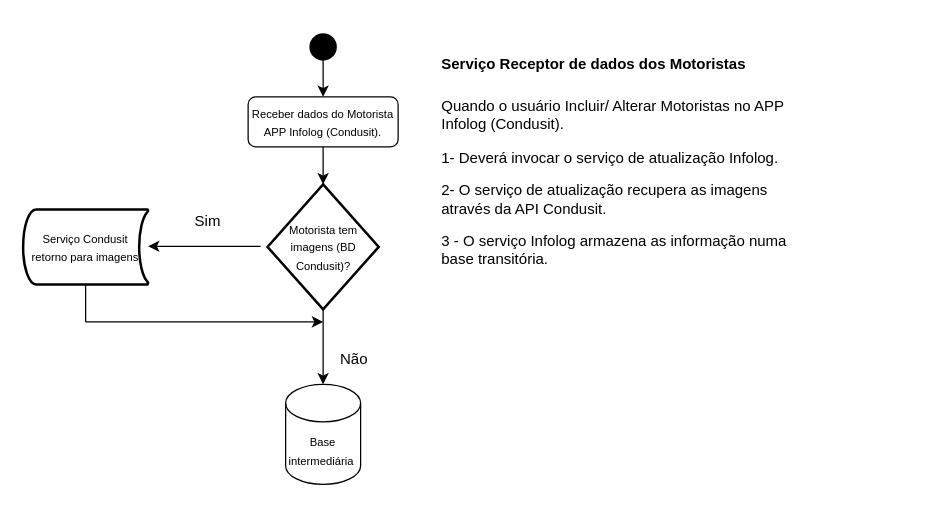
Above: Untitled Diagram.drawio in r25ta/monitor-telerisco (draw.io), before the change. Source tidied: cells renumbered, new cells numbered last; positions are measured from the earlier drawing's top-left corner, leaving out a move shared by most shapes. Both pictures are drawn from the tidied source at 125%, with x=0, y=0 at pixel (22, 34).
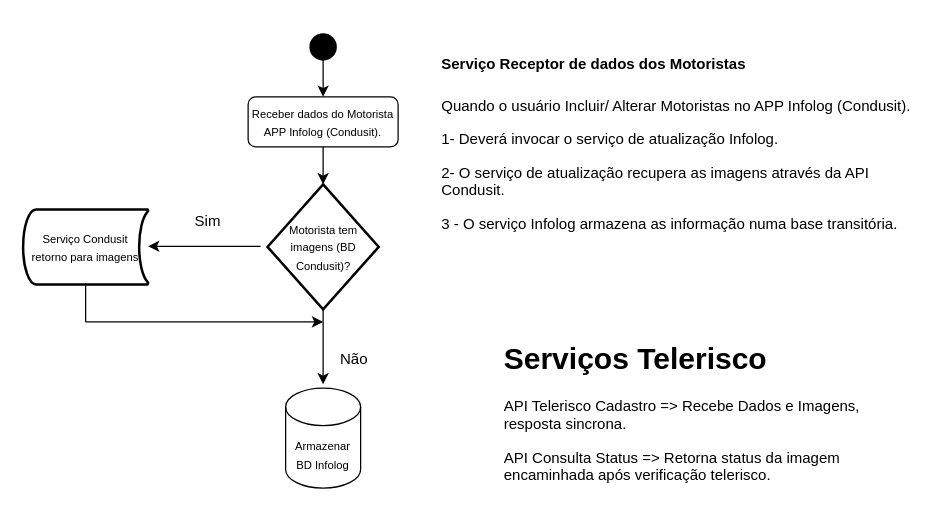
The same diagram, later.

Diff of the diagram source:
```diff
@@
-    <mxCell id="11" value="&lt;font style=&quot;font-size: 9px&quot;&gt;Base intermediária&amp;nbsp;&lt;/font&gt;" style="shape=cylinder3;whiteSpace=wrap;html=1;boundedLbl=1;backgroundOutline=1;size=15;shadow=0;sketch=0;strokeColor=#000000;fillColor=#FFFFFF;gradientColor=none;" parent="1" vertex="1">
-      <mxGeometry x="210" y="280" width="60" height="80" as="geometry" />
+    <mxCell id="11" value="&lt;font style=&quot;font-size: 9px&quot;&gt;Armazenar BD Infolog&lt;/font&gt;" style="shape=cylinder3;whiteSpace=wrap;html=1;boundedLbl=1;backgroundOutline=1;size=15;shadow=0;sketch=0;strokeColor=#000000;fillColor=#FFFFFF;gradientColor=none;" parent="1" vertex="1">
+      <mxGeometry x="210" y="283" width="60" height="80" as="geometry" />
     </mxCell>
@@
     <mxCell id="15" value="&lt;h1&gt;&lt;font style=&quot;font-size: 12px&quot;&gt;Serviço Receptor de dados dos Motoristas&lt;/font&gt;&lt;/h1&gt;&lt;p&gt;Quando o usuário Incluir/ Alterar Motoristas no APP Infolog (Condusit).&lt;/p&gt;&lt;p&gt;1- Deverá invocar o serviço de atualização Infolog.&lt;/p&gt;&lt;p&gt;2- O serviço de atualização recupera as imagens através da API Condusit.&lt;/p&gt;&lt;p&gt;3 - O serviço Infolog armazena as informação numa base transitória.&lt;/p&gt;" style="text;html=1;strokeColor=none;fillColor=none;spacing=5;spacingTop=-20;whiteSpace=wrap;overflow=hidden;rounded=0;shadow=0;sketch=0;" parent="1" vertex="1">
-      <mxGeometry x="330" width="310" height="240" as="geometry" />
+      <mxGeometry x="330" width="390" height="240" as="geometry" />
     </mxCell>
+    <mxCell id="16" value="&lt;h1&gt;Serviços Telerisco&lt;/h1&gt;&lt;p&gt;API Telerisco Cadastro =&amp;gt; Recebe Dados e Imagens, resposta sincrona.&lt;/p&gt;&lt;p&gt;API Consulta Status =&amp;gt; Retorna status da imagem encaminhada após verificação telerisco.&lt;/p&gt;" style="text;html=1;strokeColor=none;fillColor=none;spacing=5;spacingTop=-20;whiteSpace=wrap;overflow=hidden;rounded=0;shadow=0;sketch=0;" parent="1" vertex="1">
+      <mxGeometry x="380" y="240" width="340" height="120" as="geometry" />
+    </mxCell>
```
